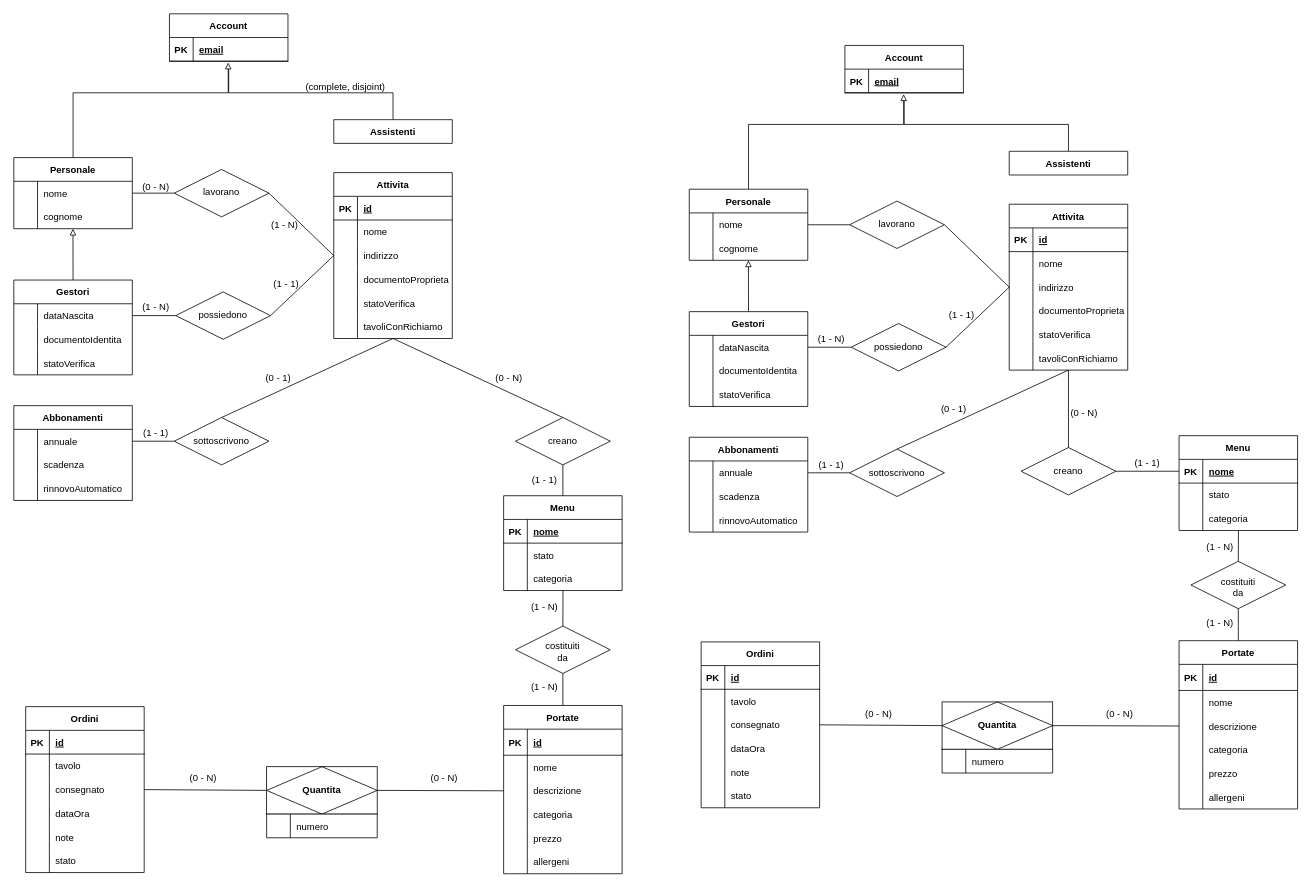
Earlier version of the draw.io diagram progettazione/Persistenza.drawio (Marco-Burattoni/Progetto-ids). Source tidied: cells renumbered, new cells numbered last; positions are measured from the earlier drawing's top-left corner, leaving out a move shared by most shapes. Both pictures are drawn from the tidied source at 79%, with x=0, y=0 at pixel (13, 13).
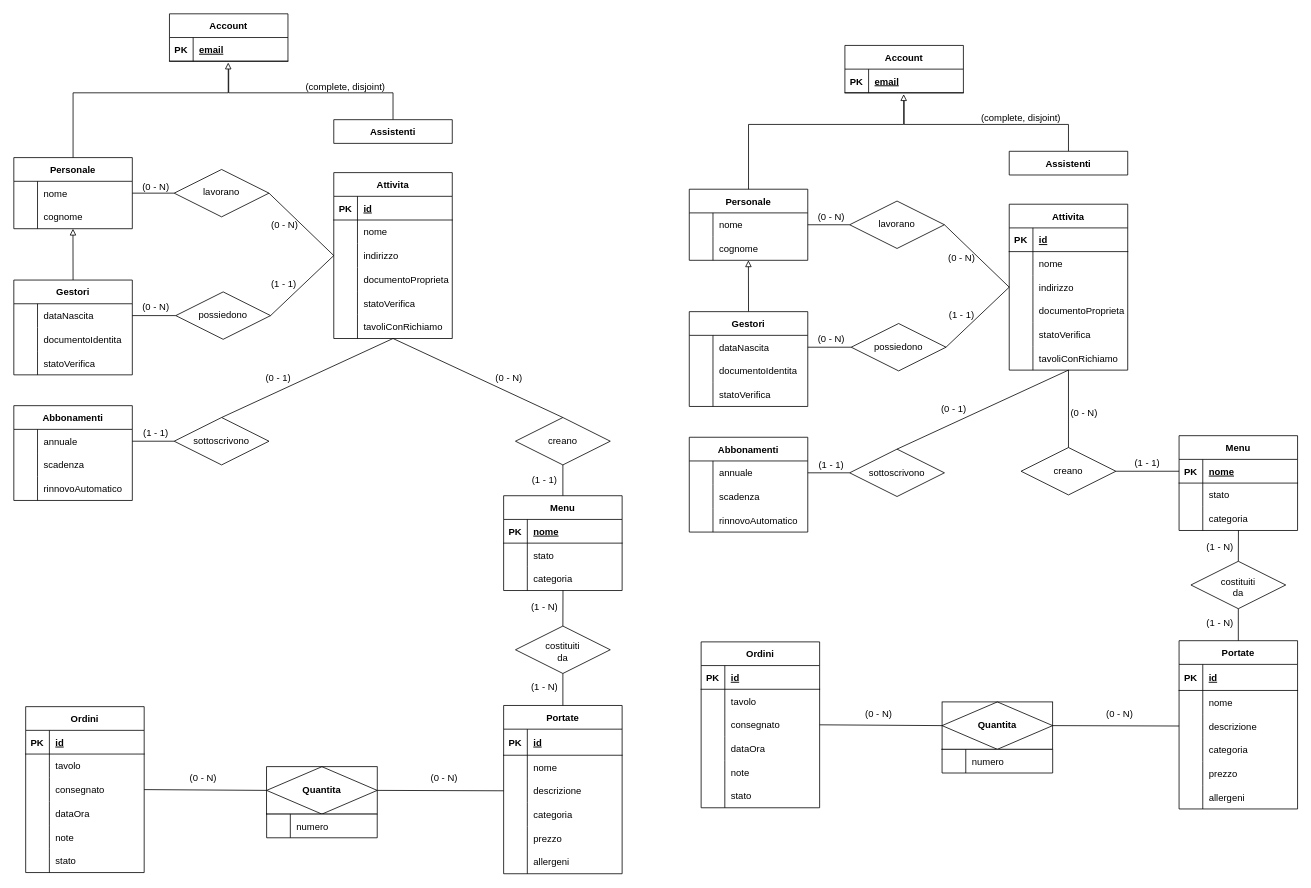
After the change.

The edit, as a diff of the source:
```diff
@@
     <mxCell id="139" value="&lt;font color=&quot;#000000&quot;&gt;(1 - 1)&lt;/font&gt;" style="text;html=1;strokeColor=none;fillColor=none;align=center;verticalAlign=middle;whiteSpace=wrap;rounded=0;fontColor=#FF3333;" parent="1" vertex="1">
-      <mxGeometry x="315" y="327" width="60" height="30" as="geometry" />
+      <mxGeometry x="312" y="327" width="60" height="30" as="geometry" />
     </mxCell>
-    <mxCell id="140" value="&lt;font color=&quot;#000000&quot;&gt;(1 - N)&lt;/font&gt;" style="text;html=1;strokeColor=none;fillColor=none;align=center;verticalAlign=middle;whiteSpace=wrap;rounded=0;fontColor=#FF3333;" parent="1" vertex="1">
+    <mxCell id="140" value="&lt;font color=&quot;#000000&quot;&gt;(0 - N)&lt;/font&gt;" style="text;html=1;strokeColor=none;fillColor=none;align=center;verticalAlign=middle;whiteSpace=wrap;rounded=0;fontColor=#FF3333;" parent="1" vertex="1">
       <mxGeometry x="150" y="357" width="60" height="30" as="geometry" />
     </mxCell>
@@
-    <mxCell id="285" value="&lt;font color=&quot;#000000&quot;&gt;(1 - N)&lt;/font&gt;" style="text;html=1;strokeColor=none;fillColor=none;align=center;verticalAlign=middle;whiteSpace=wrap;rounded=0;fontColor=#FF3333;" parent="1" vertex="1">
+    <mxCell id="285" value="&lt;font color=&quot;#000000&quot;&gt;(0 - N)&lt;/font&gt;" style="text;html=1;strokeColor=none;fillColor=none;align=center;verticalAlign=middle;whiteSpace=wrap;rounded=0;fontColor=#FF3333;" parent="1" vertex="1">
       <mxGeometry x="1005" y="397" width="60" height="30" as="geometry" />
     </mxCell>
@@
-    <mxCell id="294" value="&lt;font color=&quot;#000000&quot;&gt;(1 - N)&lt;/font&gt;" style="text;html=1;strokeColor=none;fillColor=none;align=center;verticalAlign=middle;whiteSpace=wrap;rounded=0;fontColor=#FF3333;" parent="1" vertex="1">
-      <mxGeometry x="313" y="252" width="60" height="30" as="geometry" />
+    <mxCell id="294" value="&lt;font color=&quot;#000000&quot;&gt;(0 - N)&lt;/font&gt;" style="text;html=1;strokeColor=none;fillColor=none;align=center;verticalAlign=middle;whiteSpace=wrap;rounded=0;fontColor=#FF3333;" parent="1" vertex="1">
+      <mxGeometry x="313" y="253" width="60" height="30" as="geometry" />
     </mxCell>
+    <mxCell id="295" value="(complete, disjoint)" style="text;html=1;strokeColor=none;fillColor=none;align=center;verticalAlign=middle;whiteSpace=wrap;rounded=0;" parent="1" vertex="1">
+      <mxGeometry x="1220" y="117" width="110" height="30" as="geometry" />
+    </mxCell>
+    <mxCell id="296" value="&lt;font color=&quot;#000000&quot;&gt;(0 - N)&lt;/font&gt;" style="text;html=1;strokeColor=none;fillColor=none;align=center;verticalAlign=middle;whiteSpace=wrap;rounded=0;fontColor=#FF3333;" parent="1" vertex="1">
+      <mxGeometry x="1170" y="295" width="60" height="30" as="geometry" />
+    </mxCell>
+    <mxCell id="297" value="&lt;font color=&quot;#000000&quot;&gt;(0 - N)&lt;/font&gt;" style="text;html=1;strokeColor=none;fillColor=none;align=center;verticalAlign=middle;whiteSpace=wrap;rounded=0;fontColor=#FF3333;" parent="1" vertex="1">
+      <mxGeometry x="1005" y="242" width="60" height="30" as="geometry" />
+    </mxCell>
```
